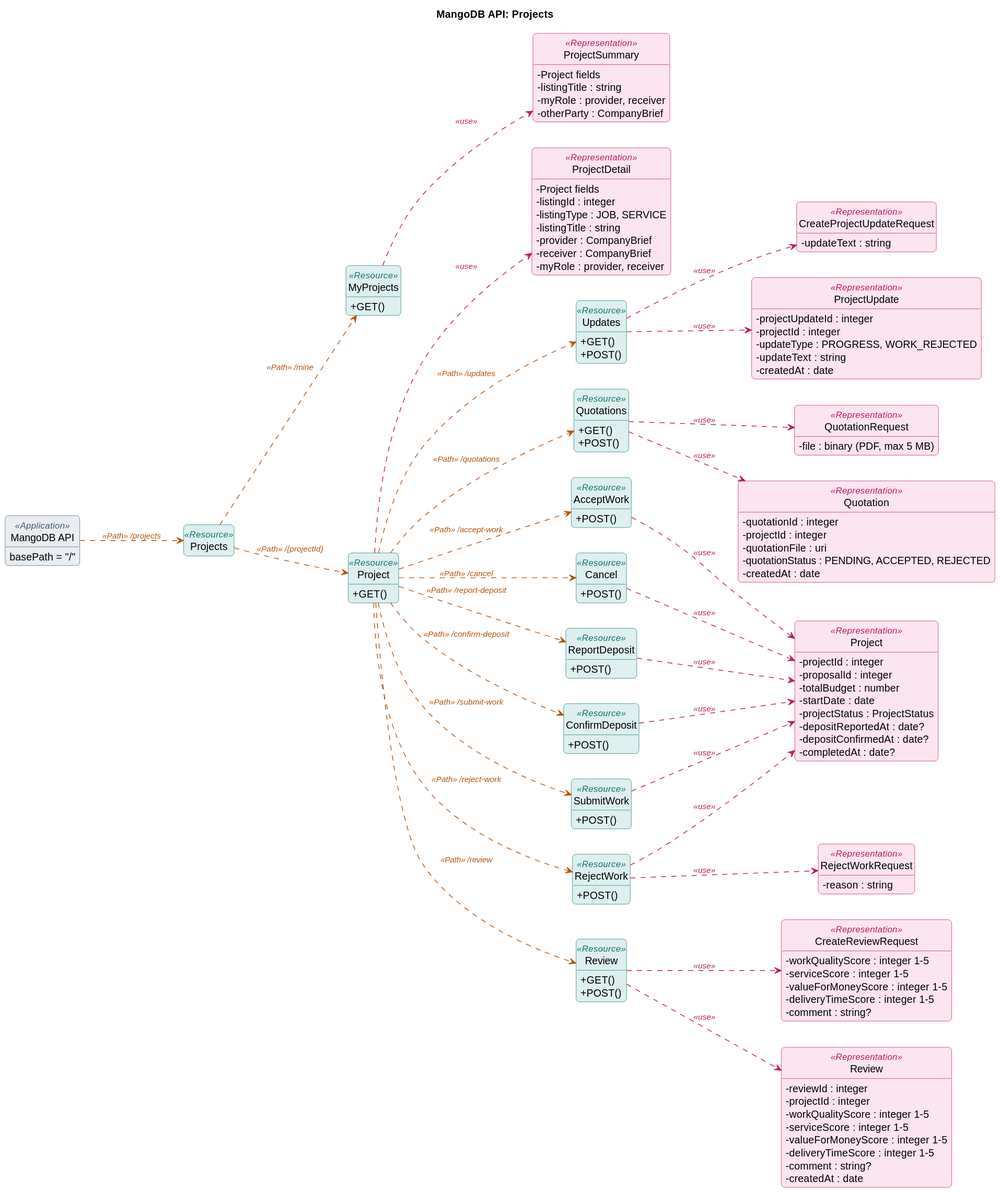
Earlier version of the PlantUML export docs/api/uml/projects.svg (taofuuu/MangoDB). The source it was exported from:
```plantuml
@startuml
left to right direction
skinparam classAttributeIconSize 0
hide circle
hide empty members
skinparam shadowing false
skinparam roundcorner 10
skinparam ClassFontStyle bold
skinparam ClassAttributeFontStyle plain
skinparam ArrowFontSize 11
skinparam class {
  BackgroundColor<<Application>> #E8EDF2
  BorderColor<<Application>> #475569
  BackgroundColor<<Resource>> #DDEFEF
  BorderColor<<Resource>> #0F766E
  BackgroundColor<<Representation>> #FCE4F0
  BorderColor<<Representation>> #BE185D
  StereotypeFontColor<<Application>> #475569
  StereotypeFontColor<<Resource>> #0F766E
  StereotypeFontColor<<Representation>> #BE185D
}
title MangoDB API: Projects

class "MangoDB API" as API <<Application>> {
  basePath = "/"
}
class "Projects" as Projects <<Resource>>
class "MyProjects" as MyProjects <<Resource>> {
  + GET()
}
class "Project" as ProjectR <<Resource>> {
  + GET()
}
class "Updates" as Updates <<Resource>> {
  + GET()
  + POST()
}
class "Quotations" as ProjectQuotations <<Resource>> {
  + GET()
  + POST()
}
class "Cancel" as Cancel <<Resource>> {
  + POST()
}
class "ReportDeposit" as ReportDeposit <<Resource>> {
  + POST()
}
class "ConfirmDeposit" as ConfirmDeposit <<Resource>> {
  + POST()
}
class "SubmitWork" as SubmitWork <<Resource>> {
  + POST()
}
class "RejectWork" as RejectWork <<Resource>> {
  + POST()
}
class "AcceptWork" as AcceptWork <<Resource>> {
  + POST()
}
class "Review" as ReviewR <<Resource>> {
  + GET()
  + POST()
}
class "ProjectSummary" as ProjectSummaryRep <<Representation>> {
  -Project fields
  -listingTitle : string
  -myRole : provider, receiver
  -otherParty : CompanyBrief
}
class "ProjectDetail" as ProjectDetailRep <<Representation>> {
  -Project fields
  -listingId : integer
  -listingType : JOB, SERVICE
  -listingTitle : string
  -provider : CompanyBrief
  -receiver : CompanyBrief
  -myRole : provider, receiver
}
class "ProjectUpdate" as ProjectUpdateRep <<Representation>> {
  -projectUpdateId : integer
  -projectId : integer
  -updateType : PROGRESS, WORK_REJECTED
  -updateText : string
  -createdAt : date
}
class "CreateProjectUpdateRequest" as CreateProjectUpdateRequestRep <<Representation>> {
  -updateText : string
}
class "Project" as ProjectRep <<Representation>> {
  -projectId : integer
  -proposalId : integer
  -totalBudget : number
  -startDate : date
  -projectStatus : ProjectStatus
  -depositReportedAt : date?
  -depositConfirmedAt : date?
  -completedAt : date?
}
class "Quotation" as QuotationRep <<Representation>> {
  -quotationId : integer
  -projectId : integer
  -quotationFile : uri
  -quotationStatus : PENDING, ACCEPTED, REJECTED
  -createdAt : date
}
class "QuotationRequest" as QuotationRequestRep <<Representation>> {
  -file : binary (PDF, max 5 MB)
}
class "RejectWorkRequest" as RejectWorkRequestRep <<Representation>> {
  -reason : string
}
class "Review" as ReviewRep <<Representation>> {
  -reviewId : integer
  -projectId : integer
  -workQualityScore : integer 1-5
  -serviceScore : integer 1-5
  -valueForMoneyScore : integer 1-5
  -deliveryTimeScore : integer 1-5
  -comment : string?
  -createdAt : date
}
class "CreateReviewRequest" as CreateReviewRequestRep <<Representation>> {
  -workQualityScore : integer 1-5
  -serviceScore : integer 1-5
  -valueForMoneyScore : integer 1-5
  -deliveryTimeScore : integer 1-5
  -comment : string?
}

API -[#B45309,dashed]-> Projects : <i><color:#B45309>«Path» /projects</color></i>
Projects -[#B45309,dashed]-> MyProjects : <i><color:#B45309>«Path» /mine</color></i>
MyProjects -[#BE185D,dashed]-> ProjectSummaryRep : <i><color:#BE185D>«use»</color></i>
Projects -[#B45309,dashed]-> ProjectR : <i><color:#B45309>«Path» /{projectId}</color></i>
ProjectR -[#BE185D,dashed]-> ProjectDetailRep : <i><color:#BE185D>«use»</color></i>
ProjectR -[#B45309,dashed]-> Updates : <i><color:#B45309>«Path» /updates</color></i>
Updates -[#BE185D,dashed]-> ProjectUpdateRep : <i><color:#BE185D>«use»</color></i>
Updates -[#BE185D,dashed]-> CreateProjectUpdateRequestRep : <i><color:#BE185D>«use»</color></i>
ProjectR -[#B45309,dashed]-> ProjectQuotations : <i><color:#B45309>«Path» /quotations</color></i>
ProjectQuotations -[#BE185D,dashed]-> QuotationRep : <i><color:#BE185D>«use»</color></i>
ProjectQuotations -[#BE185D,dashed]-> QuotationRequestRep : <i><color:#BE185D>«use»</color></i>
ProjectR -[#B45309,dashed]-> Cancel : <i><color:#B45309>«Path» /cancel</color></i>
Cancel -[#BE185D,dashed]-> ProjectRep : <i><color:#BE185D>«use»</color></i>
ProjectR -[#B45309,dashed]-> ReportDeposit : <i><color:#B45309>«Path» /report-deposit</color></i>
ReportDeposit -[#BE185D,dashed]-> ProjectRep : <i><color:#BE185D>«use»</color></i>
ProjectR -[#B45309,dashed]-> ConfirmDeposit : <i><color:#B45309>«Path» /confirm-deposit</color></i>
ConfirmDeposit -[#BE185D,dashed]-> ProjectRep : <i><color:#BE185D>«use»</color></i>
ProjectR -[#B45309,dashed]-> SubmitWork : <i><color:#B45309>«Path» /submit-work</color></i>
SubmitWork -[#BE185D,dashed]-> ProjectRep : <i><color:#BE185D>«use»</color></i>
ProjectR -[#B45309,dashed]-> RejectWork : <i><color:#B45309>«Path» /reject-work</color></i>
RejectWork -[#BE185D,dashed]-> RejectWorkRequestRep : <i><color:#BE185D>«use»</color></i>
RejectWork -[#BE185D,dashed]-> ProjectRep : <i><color:#BE185D>«use»</color></i>
ProjectR -[#B45309,dashed]-> AcceptWork : <i><color:#B45309>«Path» /accept-work</color></i>
AcceptWork -[#BE185D,dashed]-> ProjectRep : <i><color:#BE185D>«use»</color></i>
ProjectR -[#B45309,dashed]-> ReviewR : <i><color:#B45309>«Path» /review</color></i>
ReviewR -[#BE185D,dashed]-> ReviewRep : <i><color:#BE185D>«use»</color></i>
ReviewR -[#BE185D,dashed]-> CreateReviewRequestRep : <i><color:#BE185D>«use»</color></i>
@enduml
```
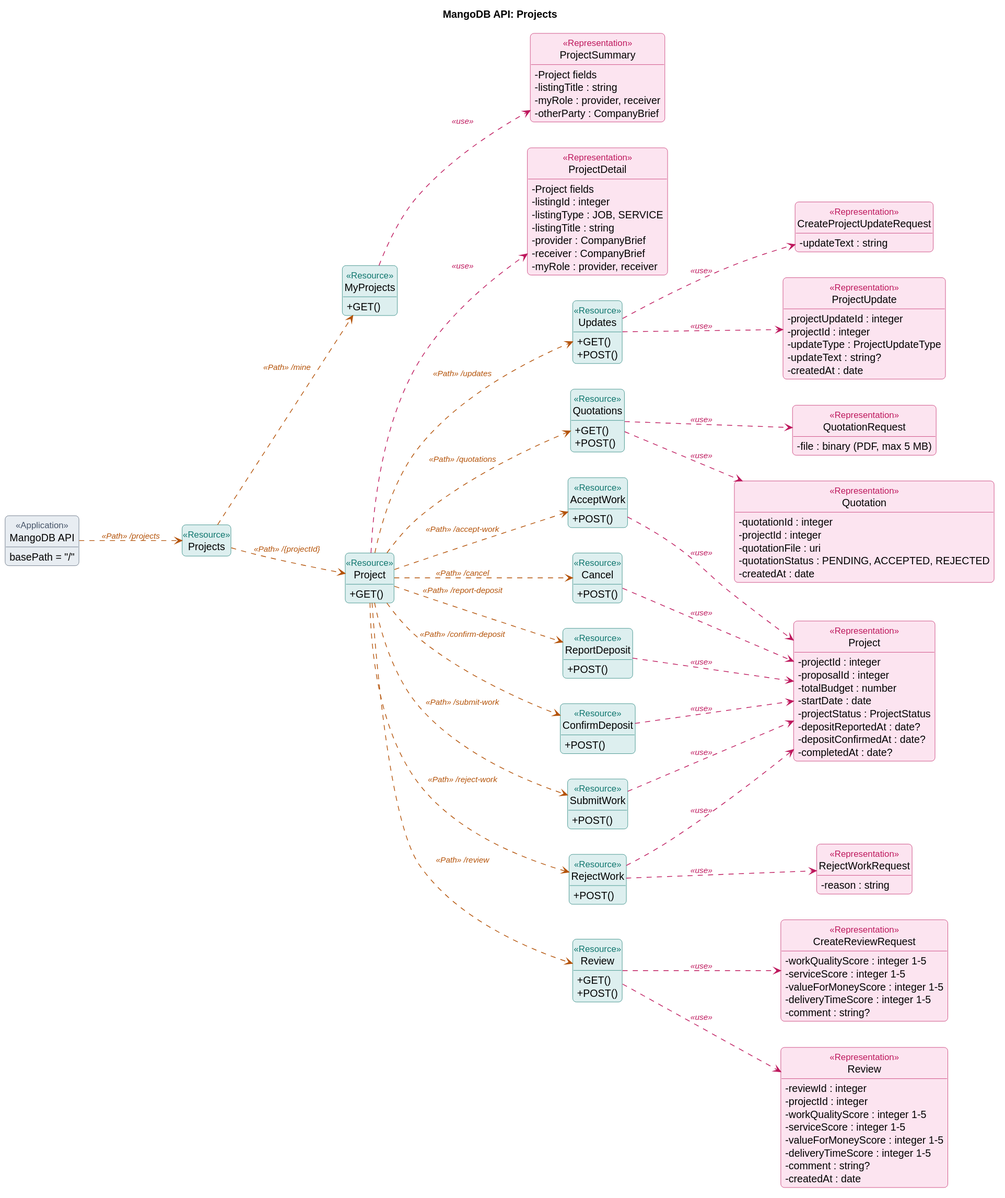
The same diagram one commit later.

Commit message:
docs(api): re-export projects.svg

0658e972 changed the ProjectUpdate box in projects.puml but not the picture.

Diff of the diagram source:
```diff
@@ -79,8 +79,8 @@
 class "ProjectUpdate" as ProjectUpdateRep <<Representation>> {
   -projectUpdateId : integer
   -projectId : integer
-  -updateType : PROGRESS, WORK_REJECTED
-  -updateText : string
+  -updateType : ProjectUpdateType
+  -updateText : string?
   -createdAt : date
 }
 class "CreateProjectUpdateRequest" as CreateProjectUpdateRequestRep <<Representation>> {
```
